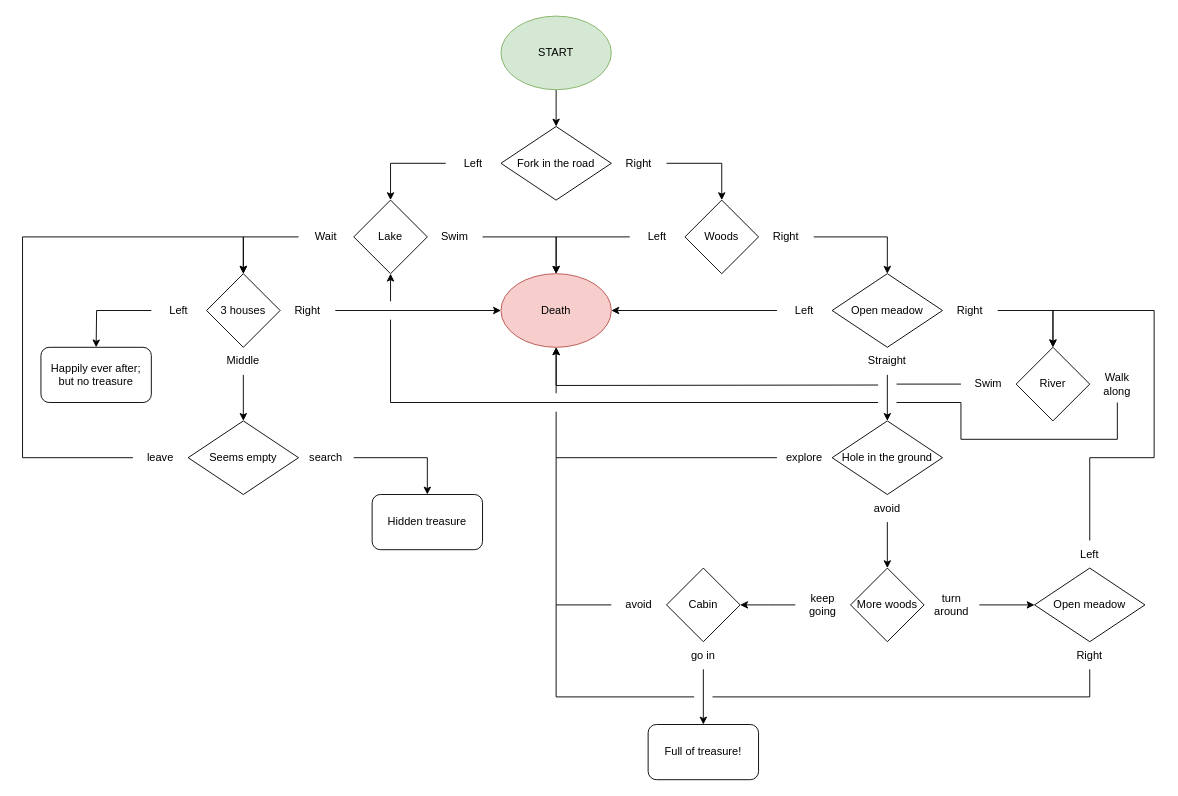
This is Python_training/Draw(dot)io/Treasure_Island.drawio from jongreg288/Program_Training, a draw.io file, before an edit. Source tidied: cells renumbered, new cells numbered last; positions are measured from the earlier drawing's top-left corner, leaving out a move shared by most shapes. Both pictures are drawn from the tidied source at 92%, with x=0, y=0 at pixel (22, 16).
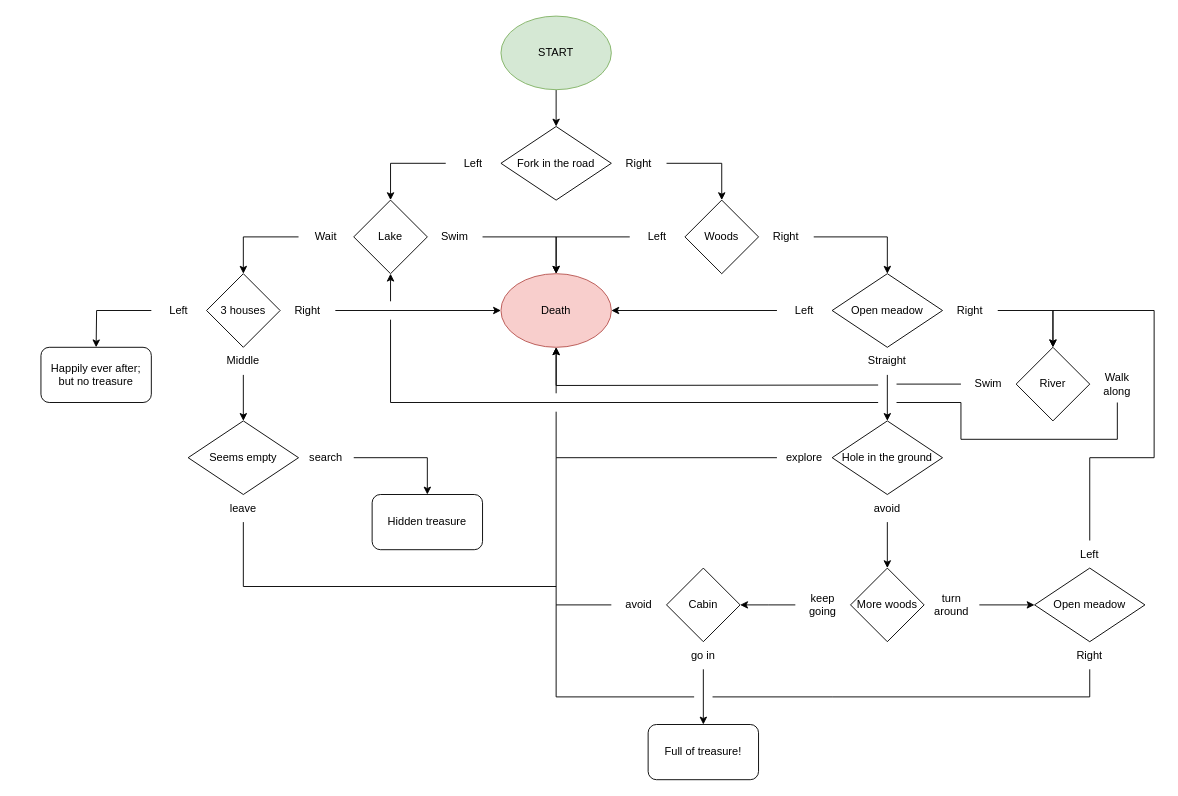
The same diagram, later.

The change refers to these unchanged cells:
```xml
<mxCell id="20" value="3 houses" style="rhombus;whiteSpace=wrap;html=1;" parent="1" vertex="1">
  <mxGeometry x="200" y="280" width="80" height="80" as="geometry" />
</mxCell>
```

What changed in the source:
```diff
@@
-    <mxCell id="50" style="edgeStyle=orthogonalEdgeStyle;rounded=0;jettySize=auto;html=1;entryX=0.5;entryY=0;entryDx=0;entryDy=0;" parent="1" edge="1" source="51" target="20">
-      <mxGeometry relative="1" as="geometry">
-        <Array as="points">
-          <mxPoint y="480" />
-          <mxPoint y="240" />
-          <mxPoint x="240" y="240" />
-        </Array>
-      </mxGeometry>
-    </mxCell>
     <mxCell id="51" value="leave" style="text;html=1;align=center;verticalAlign=middle;whiteSpace=wrap;rounded=0;" parent="1" vertex="1">
-      <mxGeometry x="120" y="465" width="60" height="30" as="geometry" />
+      <mxGeometry x="210" y="520" width="60" height="30" as="geometry" />
     </mxCell>
@@
+    <mxCell id="72" style="endArrow=none;html=1;rounded=0;exitX=0.5;exitY=1;exitDx=0;exitDy=0;" parent="1" edge="1" source="51">
+      <mxGeometry relative="1" as="geometry">
+        <mxPoint x="580" y="620" as="targetPoint" />
+        <Array as="points">
+          <mxPoint x="240" y="620" />
+        </Array>
+      </mxGeometry>
+    </mxCell>
```
